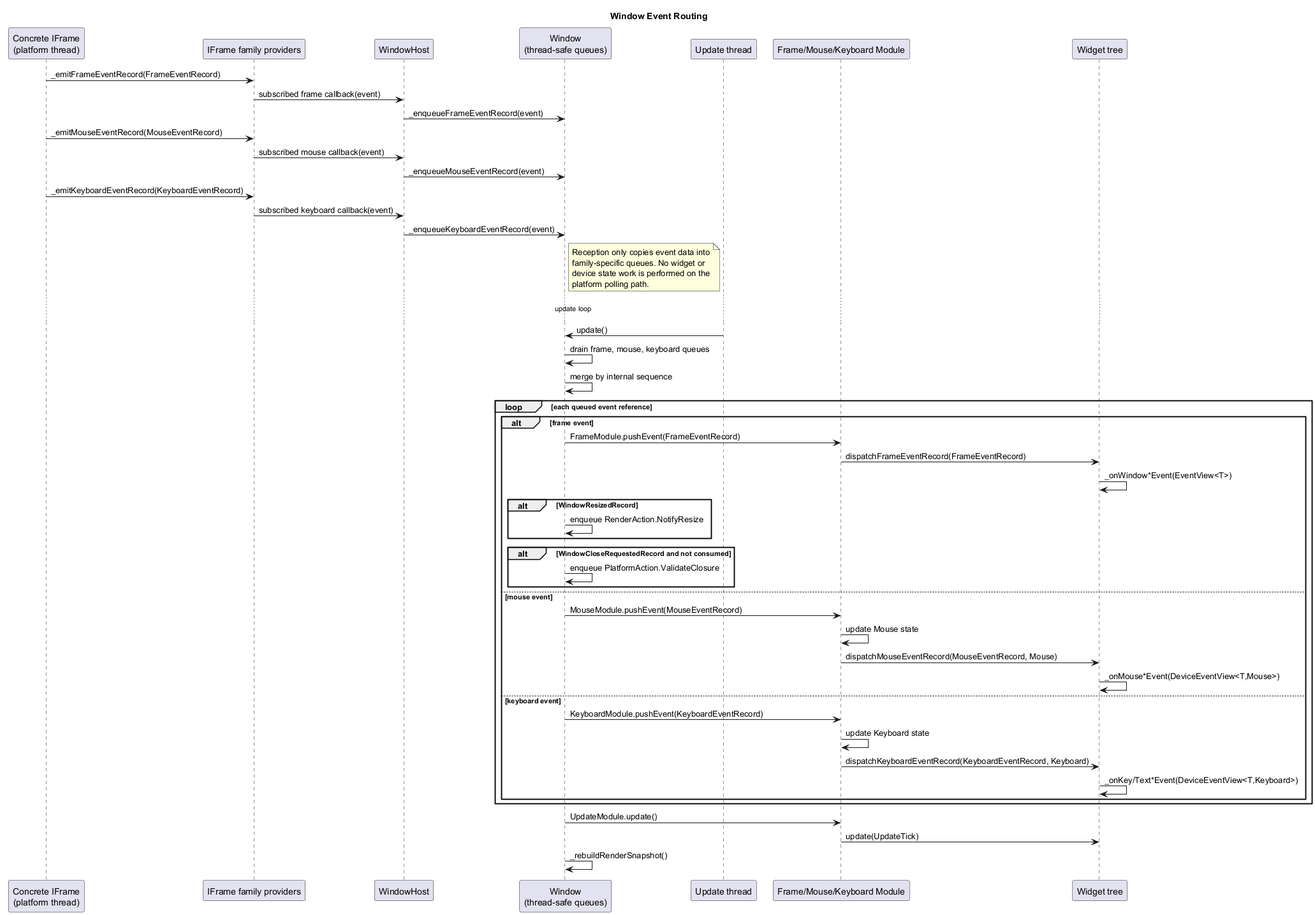
Above: documentation/architecture/diagrams/window-event-routing-sequence.png in Hyarius/Sparkle (PlantUML), before the change. Its diagram source:
```plantuml
@startuml
title Window Event Routing

skinparam ParticipantPadding 8

participant "Concrete IFrame\n(platform thread)" as Frame
participant "IFrame family providers" as Provider
participant "WindowHost" as Host
participant "Window\n(thread-safe queues)" as Window
participant "Update thread" as UpdateThread
participant "Frame/Mouse/Keyboard Module" as Module
participant "Widget tree" as Widget

Frame -> Provider : _emitFrameEventRecord(FrameEventRecord)
Provider -> Host : subscribed frame callback(event)
Host -> Window : _enqueueFrameEventRecord(event)

Frame -> Provider : _emitMouseEventRecord(MouseEventRecord)
Provider -> Host : subscribed mouse callback(event)
Host -> Window : _enqueueMouseEventRecord(event)

Frame -> Provider : _emitKeyboardEventRecord(KeyboardEventRecord)
Provider -> Host : subscribed keyboard callback(event)
Host -> Window : _enqueueKeyboardEventRecord(event)

note right of Window
Reception only copies event data into
family-specific queues. No widget or
device state work is performed on the
platform polling path.
end note

... update loop ...

UpdateThread -> Window : update()
Window -> Window : drain frame, mouse, keyboard queues
Window -> Window : merge by internal sequence

loop each queued event reference
	alt frame event
		Window -> Module : FrameModule.pushEvent(FrameEventRecord)
		Module -> Widget : dispatchFrameEventRecord(FrameEventRecord)
		Widget -> Widget : _onWindow*Event(EventView<T>)
		alt WindowResizedRecord
			Window -> Window : enqueue RenderAction.NotifyResize
		end
		alt WindowCloseRequestedRecord and not consumed
			Window -> Window : enqueue PlatformAction.ValidateClosure
		end
	else mouse event
		Window -> Module : MouseModule.pushEvent(MouseEventRecord)
		Module -> Module : update Mouse state
		Module -> Widget : dispatchMouseEventRecord(MouseEventRecord, Mouse)
		Widget -> Widget : _onMouse*Event(DeviceEventView<T,Mouse>)
	else keyboard event
		Window -> Module : KeyboardModule.pushEvent(KeyboardEventRecord)
		Module -> Module : update Keyboard state
		Module -> Widget : dispatchKeyboardEventRecord(KeyboardEventRecord, Keyboard)
		Widget -> Widget : _onKey/Text*Event(DeviceEventView<T,Keyboard>)
	end
end

Window -> Module : UpdateModule.update()
Module -> Widget : update(UpdateTick)
Window -> Window : _rebuildRenderSnapshot()

@enduml
```
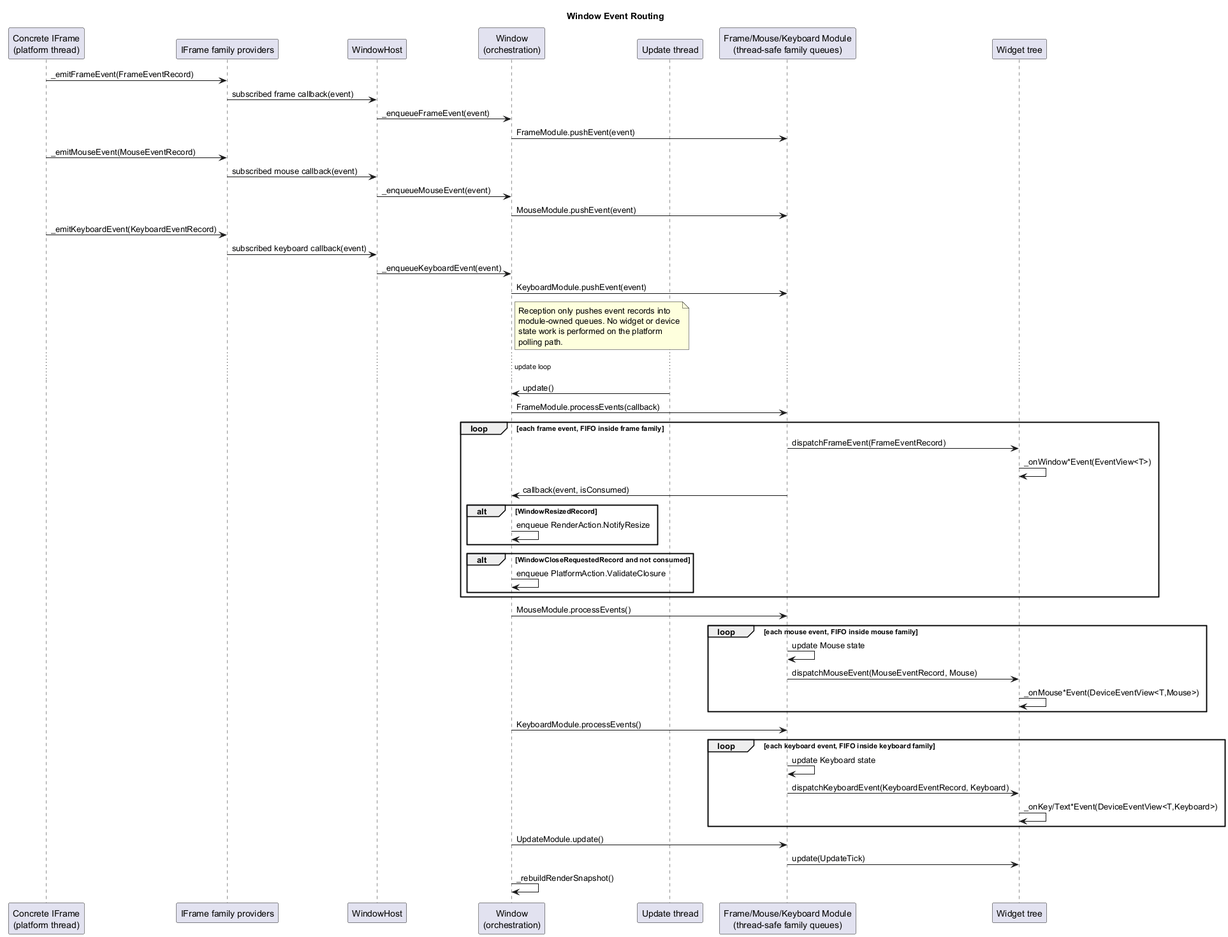
After the commit.

What changed in the source:
```diff
@@ -6,58 +6,62 @@
 participant "Concrete IFrame\n(platform thread)" as Frame
 participant "IFrame family providers" as Provider
 participant "WindowHost" as Host
-participant "Window\n(thread-safe queues)" as Window
+participant "Window\n(orchestration)" as Window
 participant "Update thread" as UpdateThread
-participant "Frame/Mouse/Keyboard Module" as Module
+participant "Frame/Mouse/Keyboard Module\n(thread-safe family queues)" as Module
 participant "Widget tree" as Widget
 
-Frame -> Provider : _emitFrameEventRecord(FrameEventRecord)
+Frame -> Provider : _emitFrameEvent(FrameEventRecord)
 Provider -> Host : subscribed frame callback(event)
-Host -> Window : _enqueueFrameEventRecord(event)
+Host -> Window : _enqueueFrameEvent(event)
+Window -> Module : FrameModule.pushEvent(event)
 
-Frame -> Provider : _emitMouseEventRecord(MouseEventRecord)
+Frame -> Provider : _emitMouseEvent(MouseEventRecord)
 Provider -> Host : subscribed mouse callback(event)
-Host -> Window : _enqueueMouseEventRecord(event)
+Host -> Window : _enqueueMouseEvent(event)
+Window -> Module : MouseModule.pushEvent(event)
 
-Frame -> Provider : _emitKeyboardEventRecord(KeyboardEventRecord)
+Frame -> Provider : _emitKeyboardEvent(KeyboardEventRecord)
 Provider -> Host : subscribed keyboard callback(event)
-Host -> Window : _enqueueKeyboardEventRecord(event)
+Host -> Window : _enqueueKeyboardEvent(event)
+Window -> Module : KeyboardModule.pushEvent(event)
 
 note right of Window
-Reception only copies event data into
-family-specific queues. No widget or
-device state work is performed on the
-platform polling path.
+Reception only pushes event records into
+module-owned queues. No widget or device
+state work is performed on the platform
+polling path.
 end note
 
 ... update loop ...
 
 UpdateThread -> Window : update()
-Window -> Window : drain frame, mouse, keyboard queues
-Window -> Window : merge by internal sequence
+Window -> Module : FrameModule.processEvents(callback)
 
-loop each queued event reference
-	alt frame event
-		Window -> Module : FrameModule.pushEvent(FrameEventRecord)
-		Module -> Widget : dispatchFrameEventRecord(FrameEventRecord)
-		Widget -> Widget : _onWindow*Event(EventView<T>)
-		alt WindowResizedRecord
-			Window -> Window : enqueue RenderAction.NotifyResize
-		end
-		alt WindowCloseRequestedRecord and not consumed
-			Window -> Window : enqueue PlatformAction.ValidateClosure
-		end
-	else mouse event
-		Window -> Module : MouseModule.pushEvent(MouseEventRecord)
-		Module -> Module : update Mouse state
-		Module -> Widget : dispatchMouseEventRecord(MouseEventRecord, Mouse)
-		Widget -> Widget : _onMouse*Event(DeviceEventView<T,Mouse>)
-	else keyboard event
-		Window -> Module : KeyboardModule.pushEvent(KeyboardEventRecord)
-		Module -> Module : update Keyboard state
-		Module -> Widget : dispatchKeyboardEventRecord(KeyboardEventRecord, Keyboard)
-		Widget -> Widget : _onKey/Text*Event(DeviceEventView<T,Keyboard>)
+loop each frame event, FIFO inside frame family
+	Module -> Widget : dispatchFrameEvent(FrameEventRecord)
+	Widget -> Widget : _onWindow*Event(EventView<T>)
+	Module -> Window : callback(event, isConsumed)
+	alt WindowResizedRecord
+		Window -> Window : enqueue RenderAction.NotifyResize
 	end
+	alt WindowCloseRequestedRecord and not consumed
+		Window -> Window : enqueue PlatformAction.ValidateClosure
+	end
+end
+
+Window -> Module : MouseModule.processEvents()
+loop each mouse event, FIFO inside mouse family
+	Module -> Module : update Mouse state
+	Module -> Widget : dispatchMouseEvent(MouseEventRecord, Mouse)
+	Widget -> Widget : _onMouse*Event(DeviceEventView<T,Mouse>)
+end
+
+Window -> Module : KeyboardModule.processEvents()
+loop each keyboard event, FIFO inside keyboard family
+	Module -> Module : update Keyboard state
+	Module -> Widget : dispatchKeyboardEvent(KeyboardEventRecord, Keyboard)
+	Widget -> Widget : _onKey/Text*Event(DeviceEventView<T,Keyboard>)
 end
 
 Window -> Module : UpdateModule.update()
```
